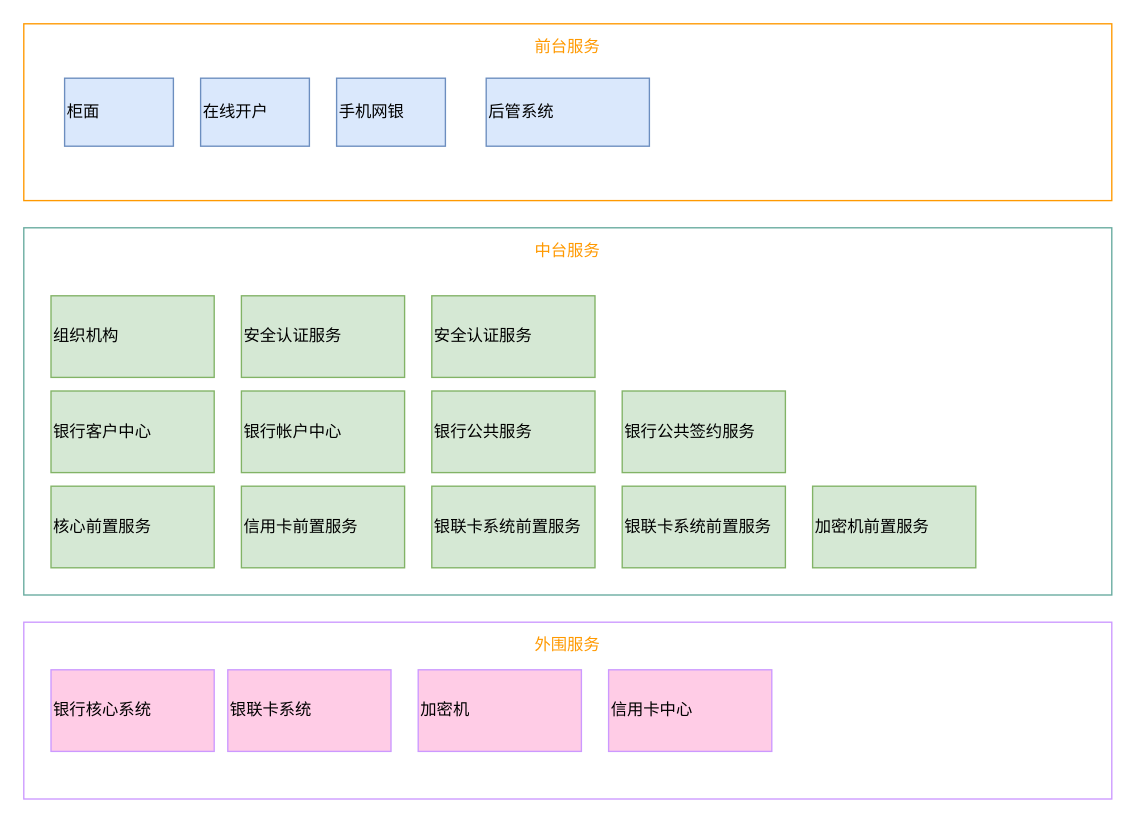
Above: page "第 3 页" (3 of 3) of 核心前置系统.drawio in sam1982/draw (draw.io), before the change. Source tidied: cells renumbered, new cells numbered last; positions are measured from the earlier drawing's top-left corner, leaving out a move shared by most shapes. Both pictures are drawn from the tidied source at 136%, with x=0, y=0 at pixel (23, 23).
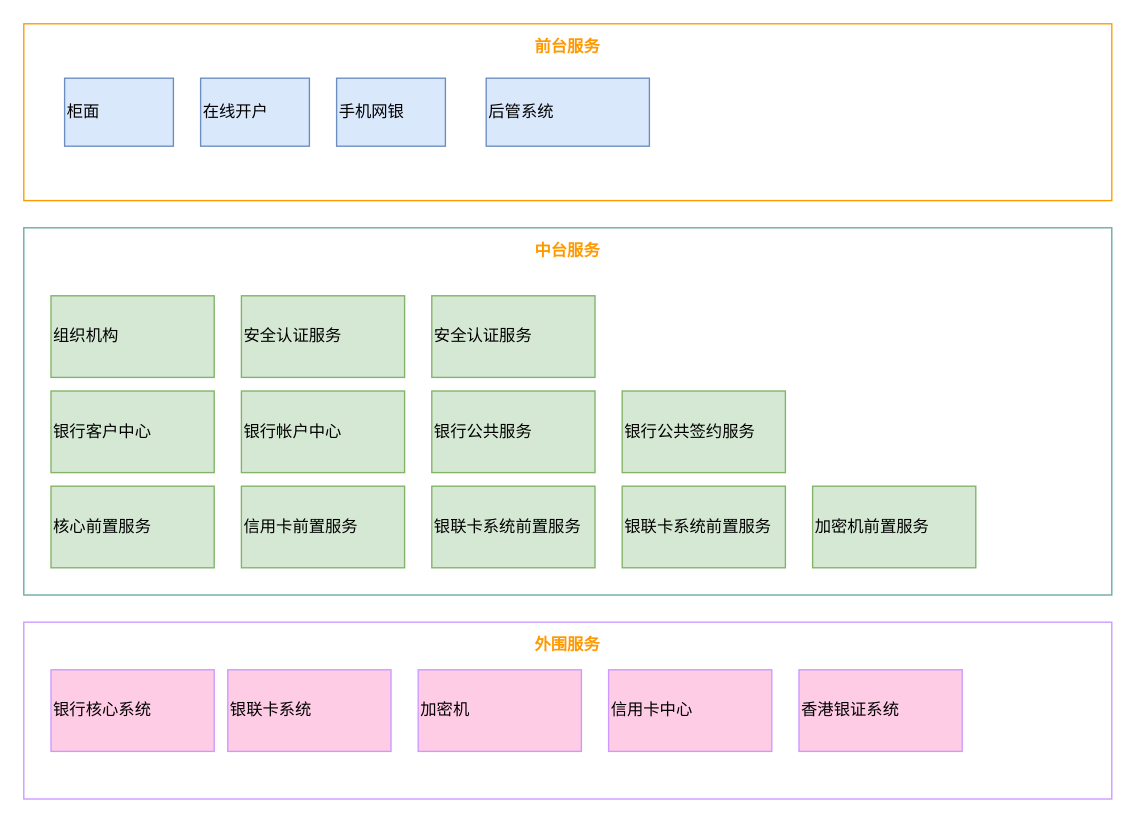
After the change.

Commit message (it also covers changes not shown here):
更新核心前置系统.drawio

Change to the diagram source:
```diff
@@
-    <mxCell id="2" value="外围服务" style="gradientColor=none;html=1;whiteSpace=wrap;fontSize=12;fontStyle=0;strokeColor=#CC99FF;fillColor=none;verticalAlign=top;align=center;fontColor=#FF9900;dashed=0;spacingTop=3;" parent="1" vertex="1">
+    <mxCell id="2" value="&lt;b&gt;外围服务&lt;/b&gt;" style="gradientColor=none;html=1;whiteSpace=wrap;fontSize=12;fontStyle=0;strokeColor=#CC99FF;fillColor=none;verticalAlign=top;align=center;fontColor=#FF9900;dashed=0;spacingTop=3;" parent="1" vertex="1">
       <mxGeometry y="440" width="800" height="130" as="geometry" />
     </mxCell>
-    <mxCell id="3" value="前台服务" style="gradientColor=none;html=1;whiteSpace=wrap;fontSize=12;fontStyle=0;strokeColor=#FF9900;fillColor=none;verticalAlign=top;align=center;fontColor=#FF9900;dashed=0;spacingTop=3;" parent="1" vertex="1">
+    <mxCell id="3" value="&lt;b&gt;前台服务&lt;/b&gt;" style="gradientColor=none;html=1;whiteSpace=wrap;fontSize=12;fontStyle=0;strokeColor=#FF9900;fillColor=none;verticalAlign=top;align=center;fontColor=#FF9900;dashed=0;spacingTop=3;" parent="1" vertex="1">
       <mxGeometry width="800" height="130" as="geometry" />
     </mxCell>
-    <mxCell id="4" value="中台服务" style="gradientColor=none;html=1;whiteSpace=wrap;fontSize=12;fontStyle=0;strokeColor=#67AB9F;fillColor=none;verticalAlign=top;align=center;fontColor=#FF9900;dashed=0;spacingTop=3;" parent="1" vertex="1">
+    <mxCell id="4" value="&lt;b&gt;中台服务&lt;/b&gt;" style="gradientColor=none;html=1;whiteSpace=wrap;fontSize=12;fontStyle=0;strokeColor=#67AB9F;fillColor=none;verticalAlign=top;align=center;fontColor=#FF9900;dashed=0;spacingTop=3;" parent="1" vertex="1">
       <mxGeometry y="150" width="800" height="270" as="geometry" />
     </mxCell>
@@
+    <mxCell id="25" value="香港银证系统" style="rounded=0;whiteSpace=wrap;html=1;strokeColor=#CC99FF;fillColor=#FFCCE6;align=left;" parent="1" vertex="1">
+      <mxGeometry x="570" y="475" width="120" height="60" as="geometry" />
+    </mxCell>
```
